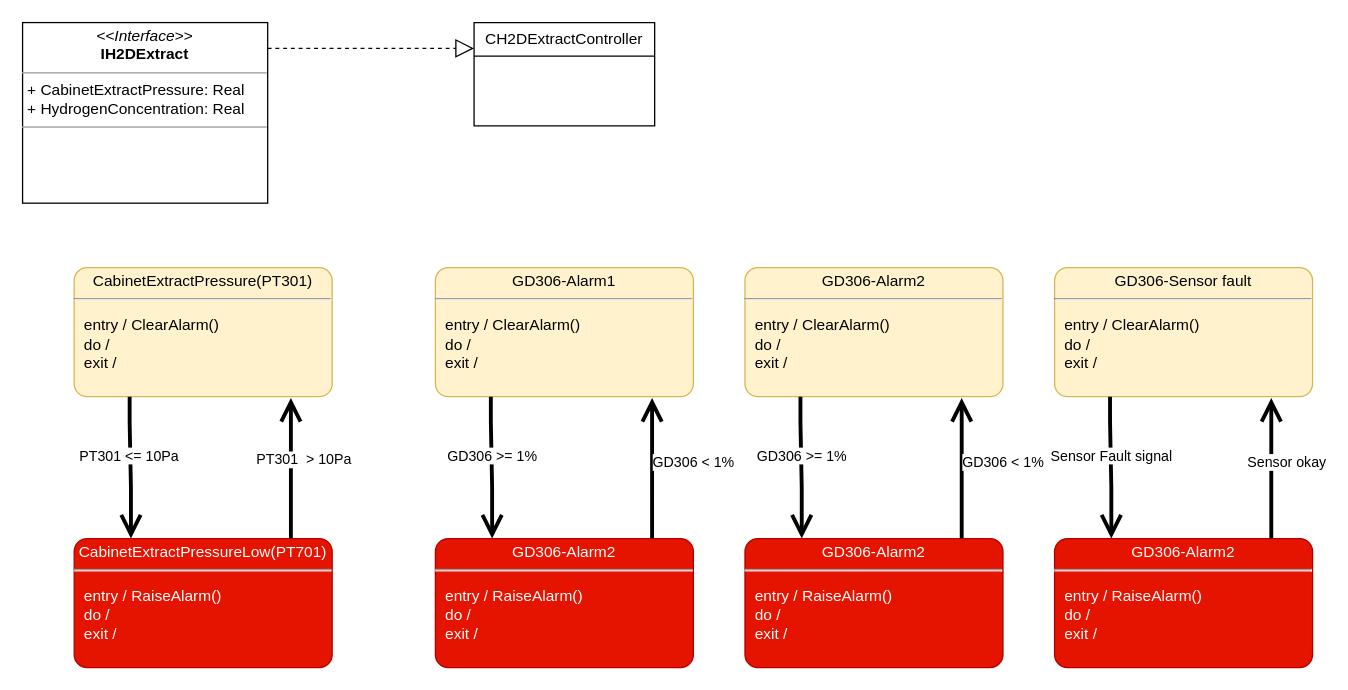
EdwardsKorea/CommonDrawIO keeps this draw.io diagram as page "H2DExtractController" (8 of 10) of H2D Modular.drawio. Above is the earlier version. Source tidied: cells renumbered, new cells numbered last; positions are measured from the earlier drawing's top-left corner, leaving out a move shared by most shapes. Both pictures are drawn from the tidied source at 129%, with x=0, y=0 at pixel (22, 22).
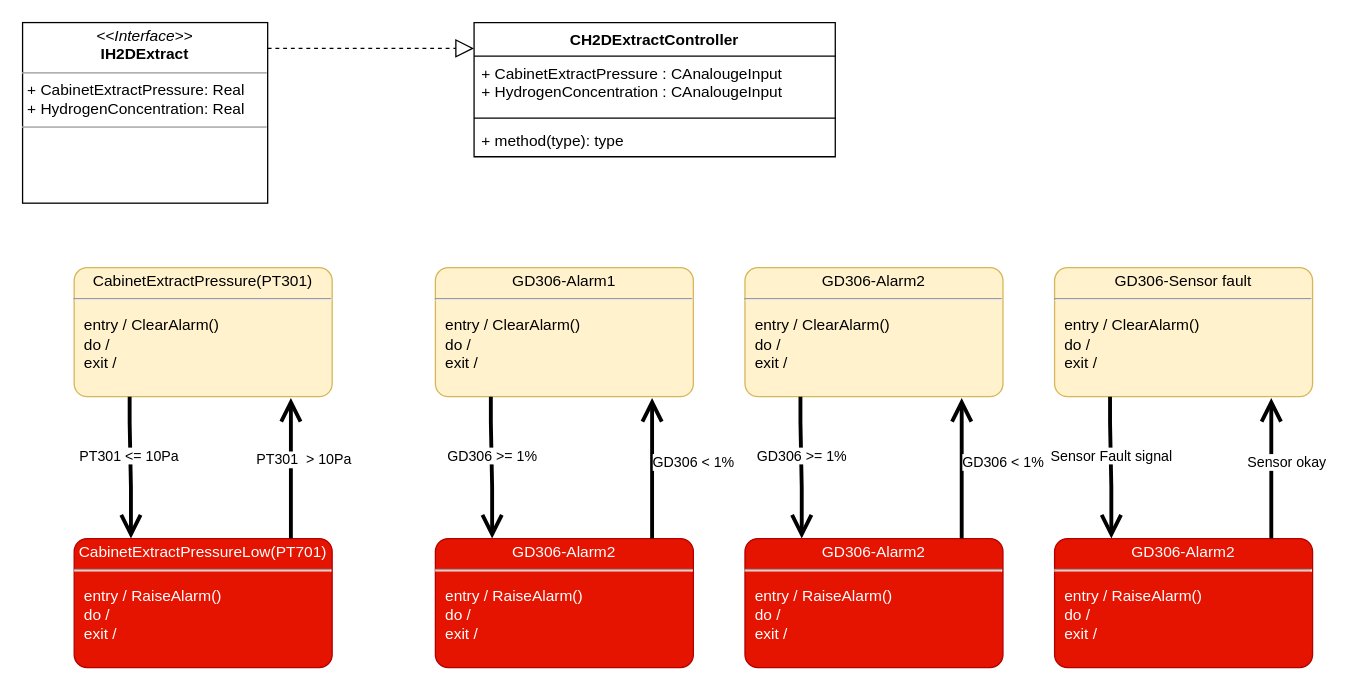
The same diagram, later.

The edit, as a diff of the source:
```diff
@@
-    <mxCell id="4" value="CH2DExtractController" style="swimlane;fontStyle=0;horizontal=1;startSize=26;fillColor=none;whiteSpace=wrap;html=1;" parent="1" vertex="1">
-      <mxGeometry x="350" width="140" height="80" as="geometry" />
-    </mxCell>
@@
+    <mxCell id="4" value="CH2DExtractController" style="swimlane;fontStyle=1;align=center;verticalAlign=top;horizontal=1;startSize=26;whiteSpace=wrap;html=1;" parent="1" vertex="1">
+      <mxGeometry x="350" width="280" height="104" as="geometry" />
+    </mxCell>
+    <mxCell id="21" value="+ CabinetExtractPressure : CAnalougeInput&lt;br&gt;+ HydrogenConcentration : CAnalougeInput&amp;nbsp;" style="text;strokeColor=none;fillColor=none;align=left;verticalAlign=top;spacingLeft=4;spacingRight=4;overflow=hidden;whiteSpace=wrap;html=1;" parent="4" vertex="1">
+      <mxGeometry y="26" width="280" height="44" as="geometry" />
+    </mxCell>
+    <mxCell id="22" style="line;strokeWidth=1;fillColor=none;align=left;verticalAlign=middle;spacingTop=-1;spacingLeft=3;spacingRight=3;labelPosition=right;strokeColor=inherit;" parent="4" vertex="1">
+      <mxGeometry y="70" width="280" height="8" as="geometry" />
+    </mxCell>
+    <mxCell id="23" value="+ method(type): type" style="text;strokeColor=none;fillColor=none;align=left;verticalAlign=top;spacingLeft=4;spacingRight=4;overflow=hidden;whiteSpace=wrap;html=1;" parent="4" vertex="1">
+      <mxGeometry y="78" width="280" height="26" as="geometry" />
+    </mxCell>
```
